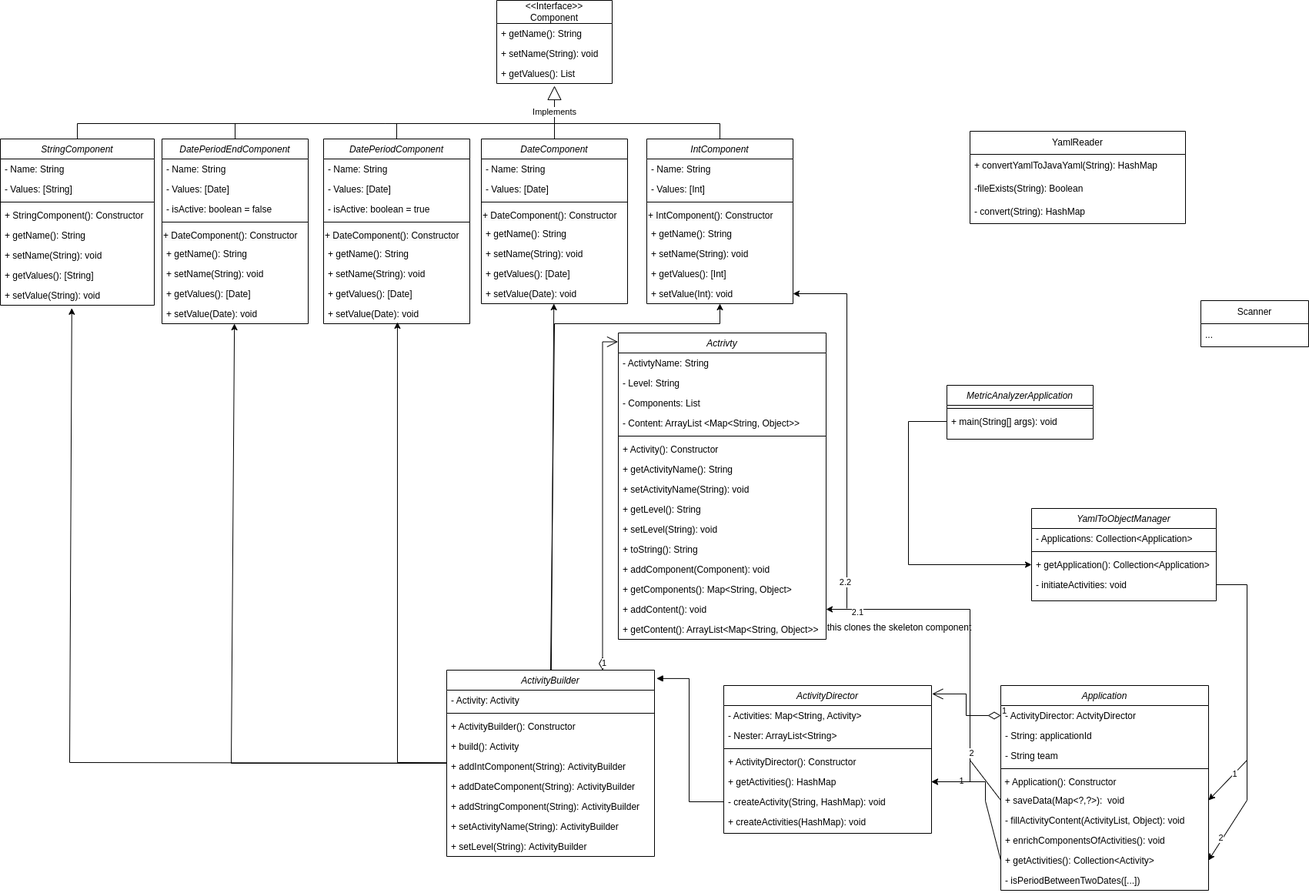
Above: docs/metricCA-UML.png in devsecopsmaturitymodel/metricCA (draw.io), before the change. Source tidied: cells renumbered, new cells last; positions are measured from the earlier drawing's top-left corner, leaving out a move shared by most shapes.
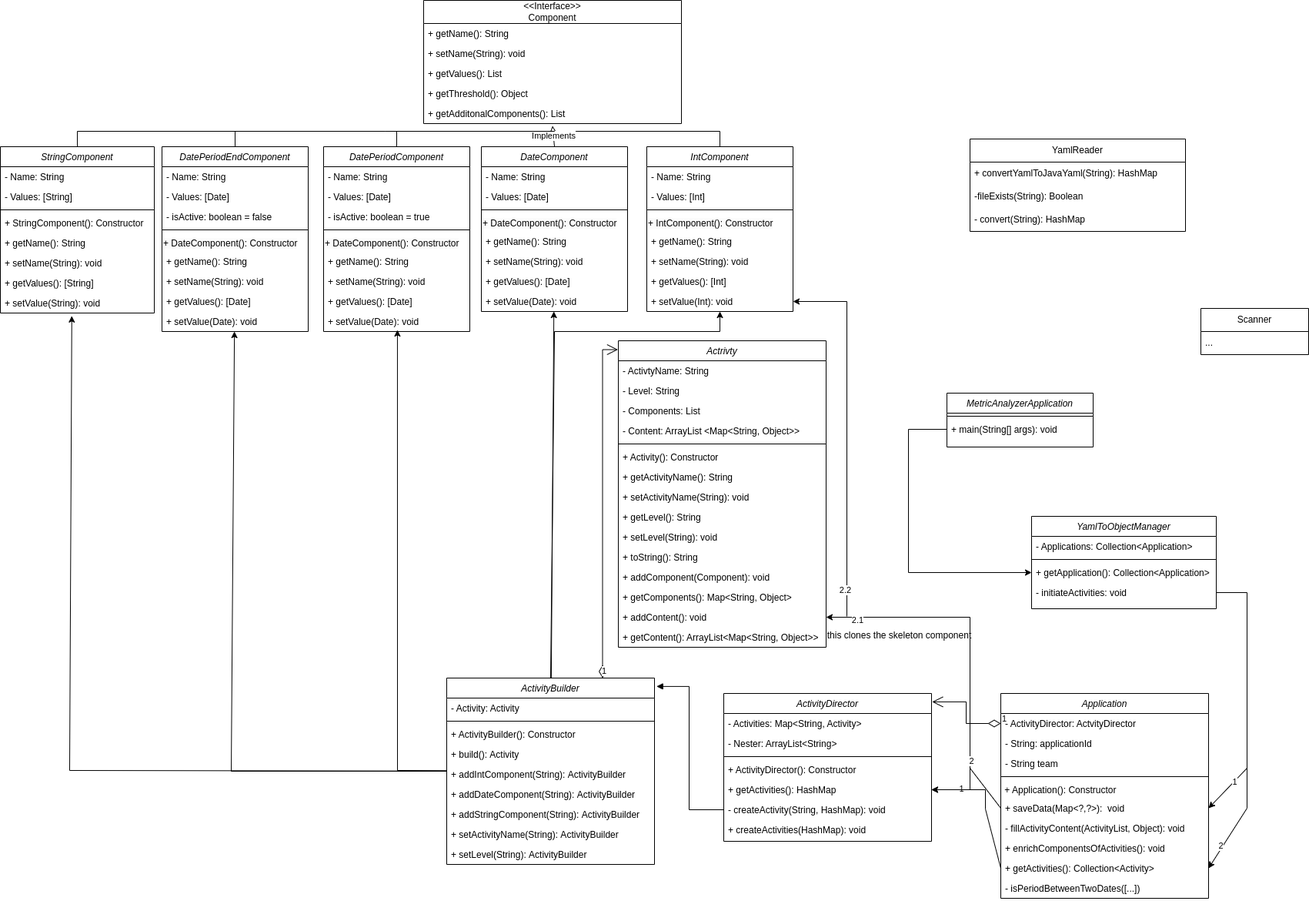
The same file after the commit.

What changed in the source:
```diff
@@ -30,16 +30,22 @@
       <mxGeometry y="190" width="200" height="26" as="geometry" />
     </mxCell>
     <mxCell id="11" value="&amp;lt;&amp;lt;Interface&amp;gt;&amp;gt;&lt;br&gt;Component" style="swimlane;fontStyle=0;horizontal=1;startSize=30;whiteSpace=wrap;html=1;" parent="1" vertex="1">
-      <mxGeometry x="645" width="150" height="108" as="geometry" />
+      <mxGeometry x="550" y="-10" width="335" height="160" as="geometry" />
     </mxCell>
     <mxCell id="12" value="+ getName(): String" style="text;align=left;verticalAlign=top;spacingLeft=4;spacingRight=4;overflow=hidden;" parent="11" vertex="1">
-      <mxGeometry y="30" width="150" height="26" as="geometry" />
+      <mxGeometry y="30" width="335" height="26" as="geometry" />
     </mxCell>
     <mxCell id="13" value="+ setName(String): void" style="text;align=left;verticalAlign=top;spacingLeft=4;spacingRight=4;overflow=hidden;" parent="11" vertex="1">
-      <mxGeometry y="56" width="150" height="26" as="geometry" />
+      <mxGeometry y="56" width="335" height="26" as="geometry" />
     </mxCell>
+    <mxCell id="139" value="+ getValues(): List" style="text;align=left;verticalAlign=top;spacingLeft=4;spacingRight=4;overflow=hidden;" parent="11" vertex="1">
+      <mxGeometry y="82" width="335" height="26" as="geometry" />
+    </mxCell>
+    <mxCell id="140" value="+ getThreshold(): Object" style="text;align=left;verticalAlign=top;spacingLeft=4;spacingRight=4;overflow=hidden;" parent="11" vertex="1">
+      <mxGeometry y="108" width="335" height="26" as="geometry" />
+    </mxCell>
-    <mxCell id="14" value="+ getValues(): List" style="text;align=left;verticalAlign=top;spacingLeft=4;spacingRight=4;overflow=hidden;points=[[0,0.5],[1,0.5]];portConstraint=eastwest;" parent="11" vertex="1">
-      <mxGeometry y="82" width="150" height="26" as="geometry" />
+    <mxCell id="14" value="+ getAdditonalComponents(): List" style="text;align=left;verticalAlign=top;spacingLeft=4;spacingRight=4;overflow=hidden;points=[[0,0.5],[1,0.5]];portConstraint=eastwest;" parent="11" vertex="1">
+      <mxGeometry y="134" width="335" height="26" as="geometry" />
     </mxCell>
     <mxCell id="15" value="DateComponent" style="swimlane;fontStyle=2;align=center;verticalAlign=top;horizontal=1;startSize=26;rounded=0;shadow=0;strokeWidth=1;" parent="1" vertex="1">
       <mxGeometry x="625" y="180" width="190" height="214" as="geometry" />
```
